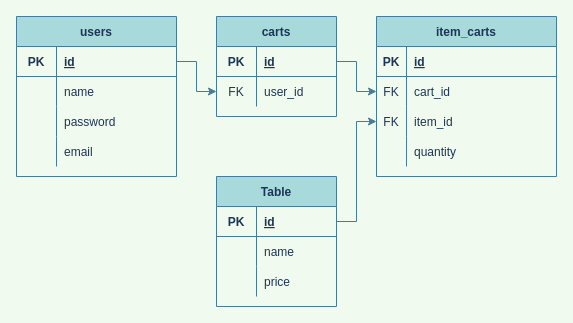
This is Untitled Diagram.drawio from r-e-g-e/Q4-kenzie-rest-api, a draw.io file, before an edit. Source tidied: cells renumbered, new cells numbered last; positions are measured from the earlier drawing's top-left corner, leaving out a move shared by most shapes. Both pictures are drawn from the tidied source at 100%, with x=0, y=0 at pixel (16, 16).
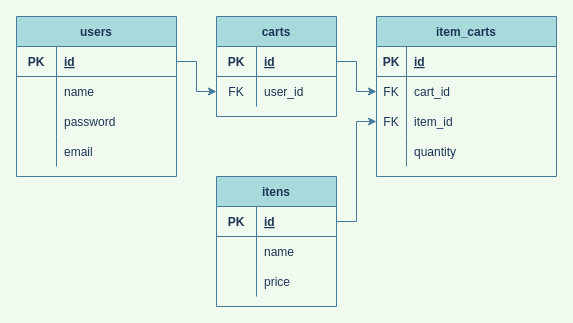
After the change.

Commit message:
fixed table name

Diff of the diagram source:
```diff
@@
-    <mxCell id="35" value="Table" style="shape=table;startSize=30;childLayout=tableLayout;rowLines=0;fontStyle=1;align=center;fillColor=#A8DADC;strokeColor=#457B9D;fontColor=#1D3557;" parent="1" vertex="1">
+    <mxCell id="35" value="itens" style="shape=table;startSize=30;childLayout=tableLayout;rowLines=0;fontStyle=1;align=center;fillColor=#A8DADC;strokeColor=#457B9D;fontColor=#1D3557;" parent="1" vertex="1">
       <mxGeometry x="200" y="160" width="120" height="130" as="geometry" />
     </mxCell>
```
